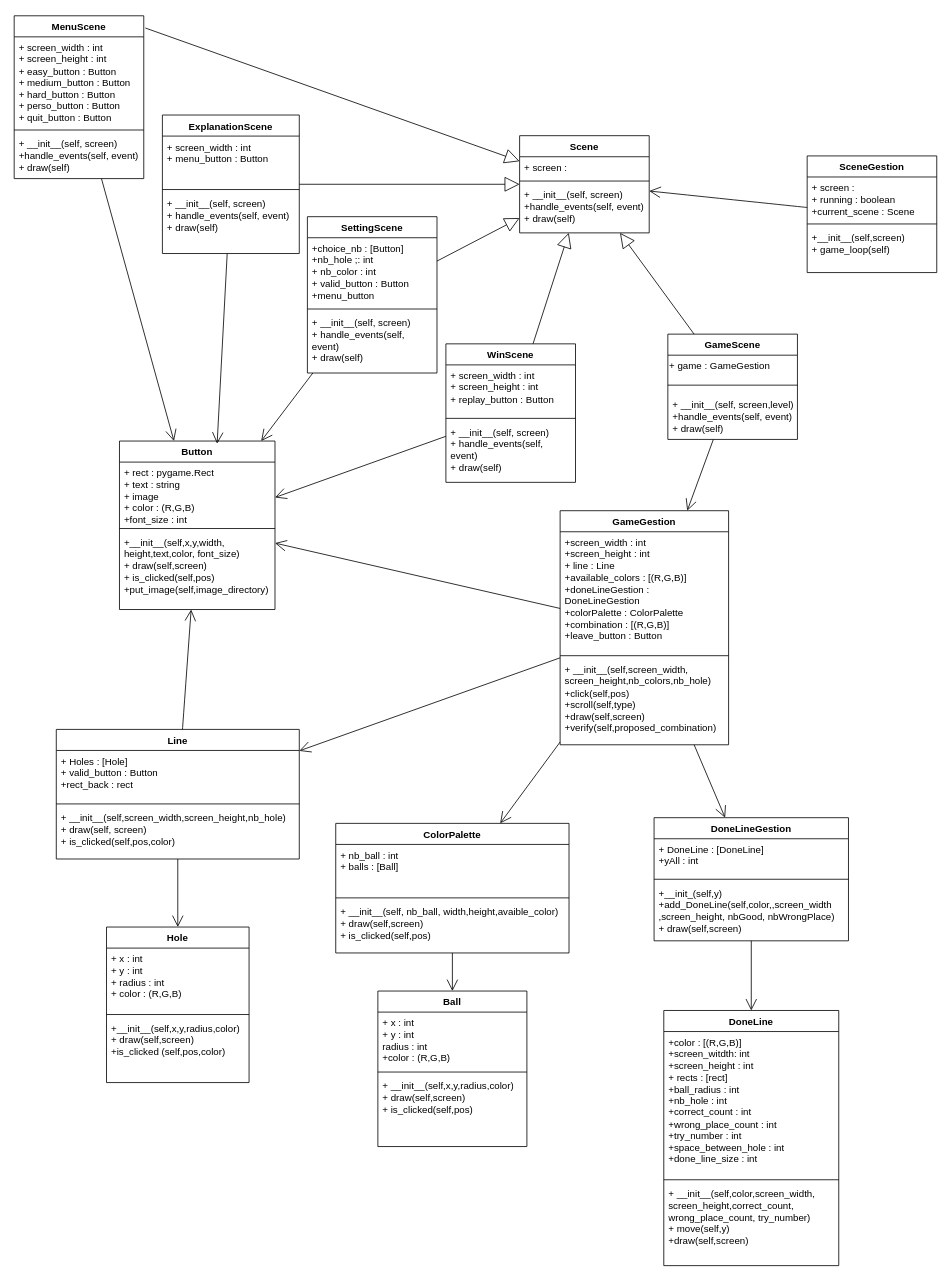
Above: UML_mastermind.drawio in dcr29/mastermind-game (draw.io), before the change. Source tidied: cells renumbered, new cells numbered last; positions are measured from the earlier drawing's top-left corner, leaving out a move shared by most shapes. Both pictures are drawn from the tidied source at 81%, with x=0, y=0 at pixel (14, 15).
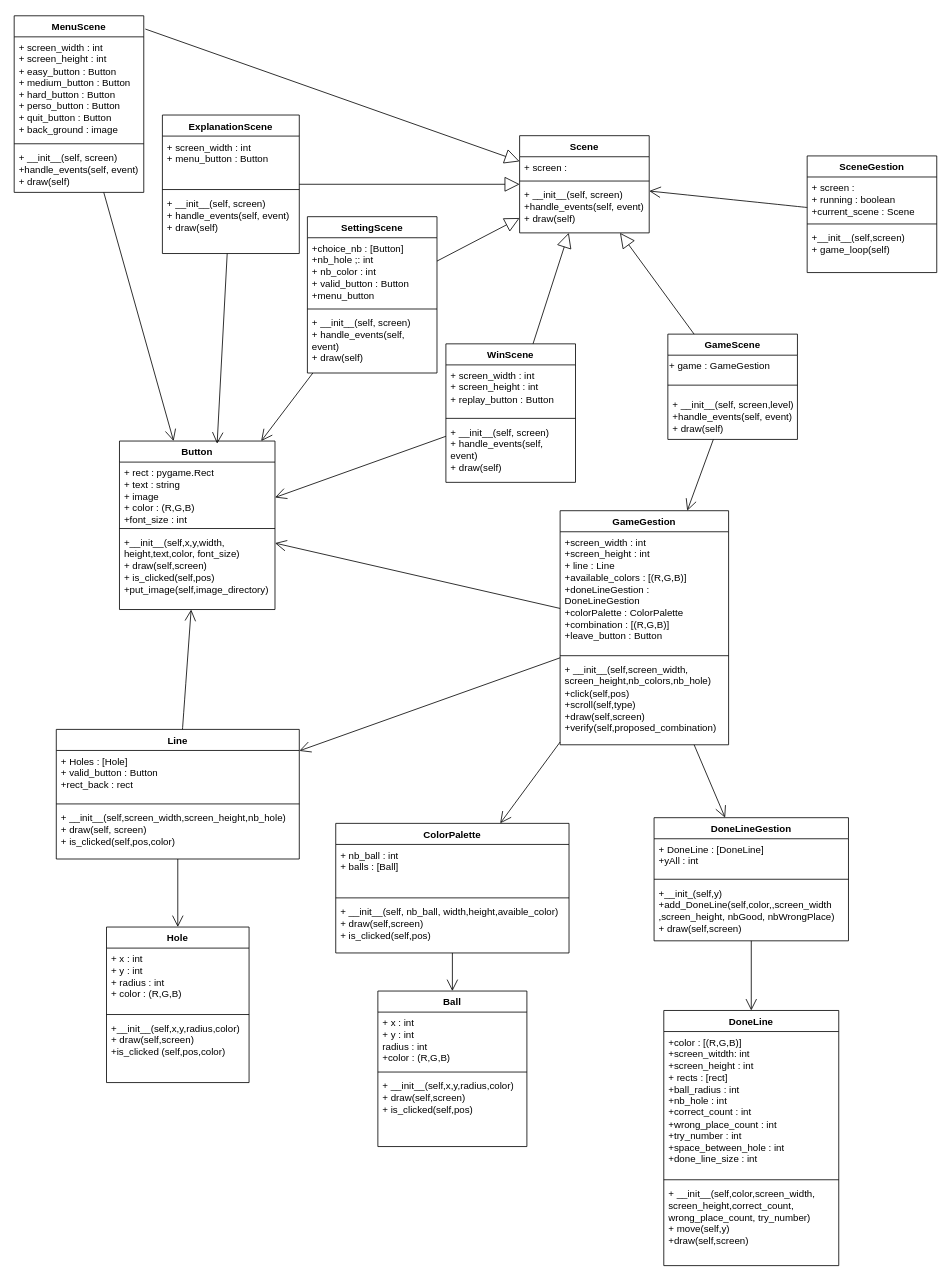
The same page after the edit.

The edit, as a diff of the source:
```diff
@@
     <mxCell id="10" value="MenuScene" style="swimlane;fontStyle=1;align=center;verticalAlign=top;horizontal=1;startSize=26;whiteSpace=wrap;html=1;" parent="1" vertex="1">
-      <mxGeometry width="160" height="201" as="geometry" />
+      <mxGeometry width="160" height="218" as="geometry" />
     </mxCell>
-    <mxCell id="11" value="&lt;div&gt;+ screen_width : int&lt;/div&gt;&lt;div&gt;+ screen_height : int&lt;/div&gt;&lt;div&gt;+ easy_button : Button&lt;/div&gt;&lt;div&gt;+ medium_button : Button&lt;/div&gt;&lt;div&gt;+ hard_button : Button&lt;/div&gt;&lt;div&gt;+ perso_button : Button&lt;/div&gt;&lt;div&gt;+ quit_button : Button&lt;/div&gt;" style="text;strokeColor=none;fillColor=none;align=left;verticalAlign=top;spacingLeft=4;spacingRight=4;overflow=hidden;whiteSpace=wrap;html=1;" parent="10" vertex="1">
-      <mxGeometry y="26" width="160" height="111" as="geometry" />
+    <mxCell id="11" value="&lt;div&gt;+ screen_width : int&lt;/div&gt;&lt;div&gt;+ screen_height : int&lt;/div&gt;&lt;div&gt;+ easy_button : Button&lt;/div&gt;&lt;div&gt;+ medium_button : Button&lt;/div&gt;&lt;div&gt;+ hard_button : Button&lt;/div&gt;&lt;div&gt;+ perso_button : Button&lt;/div&gt;&lt;div&gt;+ quit_button : Button&lt;/div&gt;&lt;div&gt;+ back_ground : image&lt;/div&gt;&lt;div&gt;&lt;br&gt;&lt;/div&gt;" style="text;strokeColor=none;fillColor=none;align=left;verticalAlign=top;spacingLeft=4;spacingRight=4;overflow=hidden;whiteSpace=wrap;html=1;" parent="10" vertex="1">
+      <mxGeometry y="26" width="160" height="128" as="geometry" />
     </mxCell>
     <mxCell id="12" style="line;strokeWidth=1;fillColor=none;align=left;verticalAlign=middle;spacingTop=-1;spacingLeft=3;spacingRight=3;labelPosition=right;strokeColor=inherit;" parent="10" vertex="1">
-      <mxGeometry y="137" width="160" height="8" as="geometry" />
+      <mxGeometry y="154" width="160" height="8" as="geometry" />
     </mxCell>
     <mxCell id="13" value="+ __init__(self, screen)&lt;div&gt;&lt;div&gt;+handle_events(self, event)&lt;/div&gt;&lt;div&gt;+ draw(self)&amp;nbsp;&lt;/div&gt;&lt;/div&gt;" style="text;strokeColor=none;fillColor=none;align=left;verticalAlign=top;spacingLeft=4;spacingRight=4;overflow=hidden;whiteSpace=wrap;html=1;" parent="10" vertex="1">
-      <mxGeometry y="145" width="160" height="56" as="geometry" />
+      <mxGeometry y="162" width="160" height="56" as="geometry" />
     </mxCell>
```
